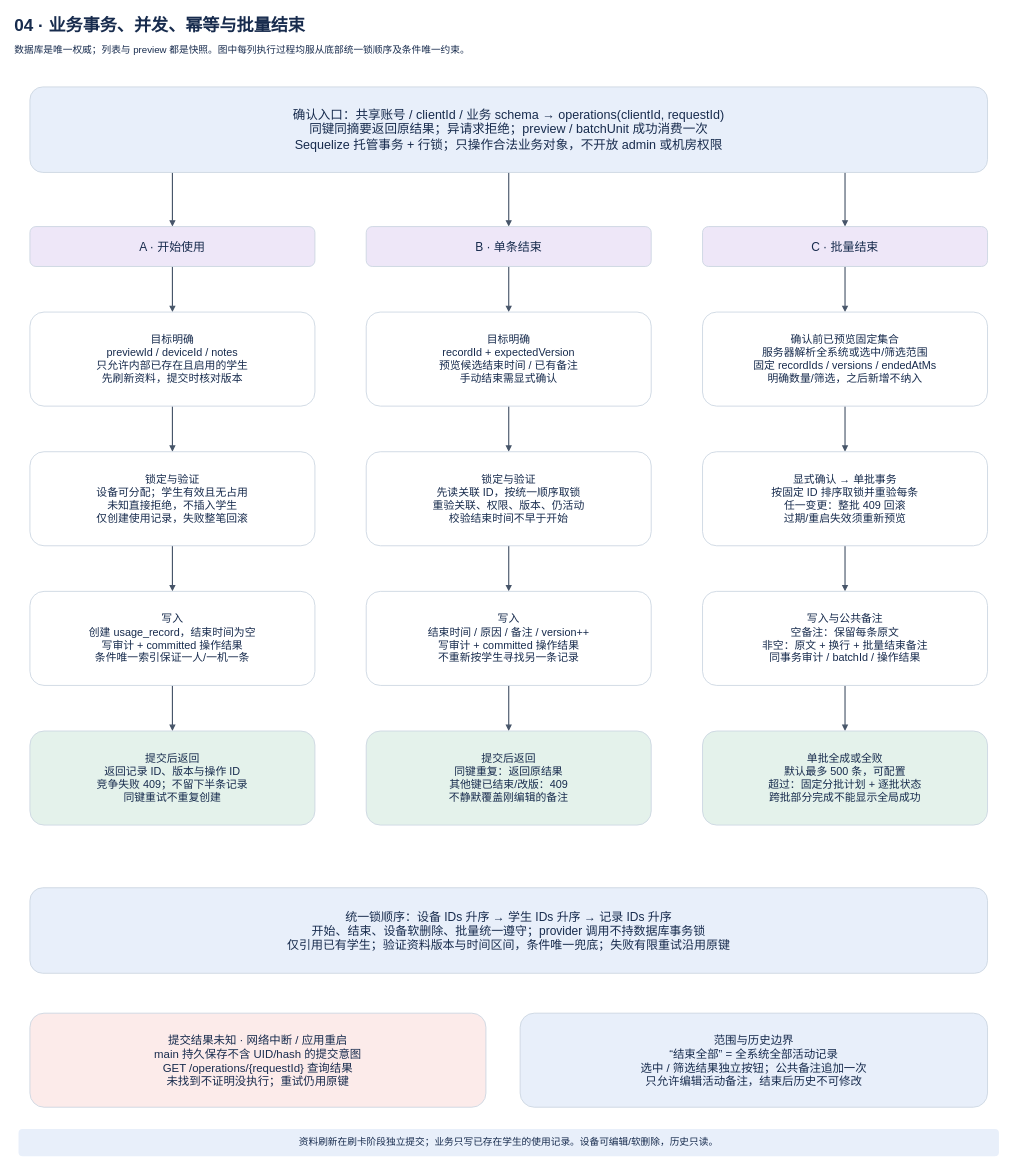
The draw.io diagram page "04 · 业务事务、并发、幂等与批量结束" (4 of 8) of record-only/docs/architecture.drawio in lmyzzzz/cyez-library-management, before the edit. Source tidied: cells renumbered, new cells numbered last; positions are measured from the earlier drawing's top-left corner, leaving out a move shared by most shapes. Both pictures are drawn from the tidied source at 57%, with x=0, y=0 at pixel (10, 10).
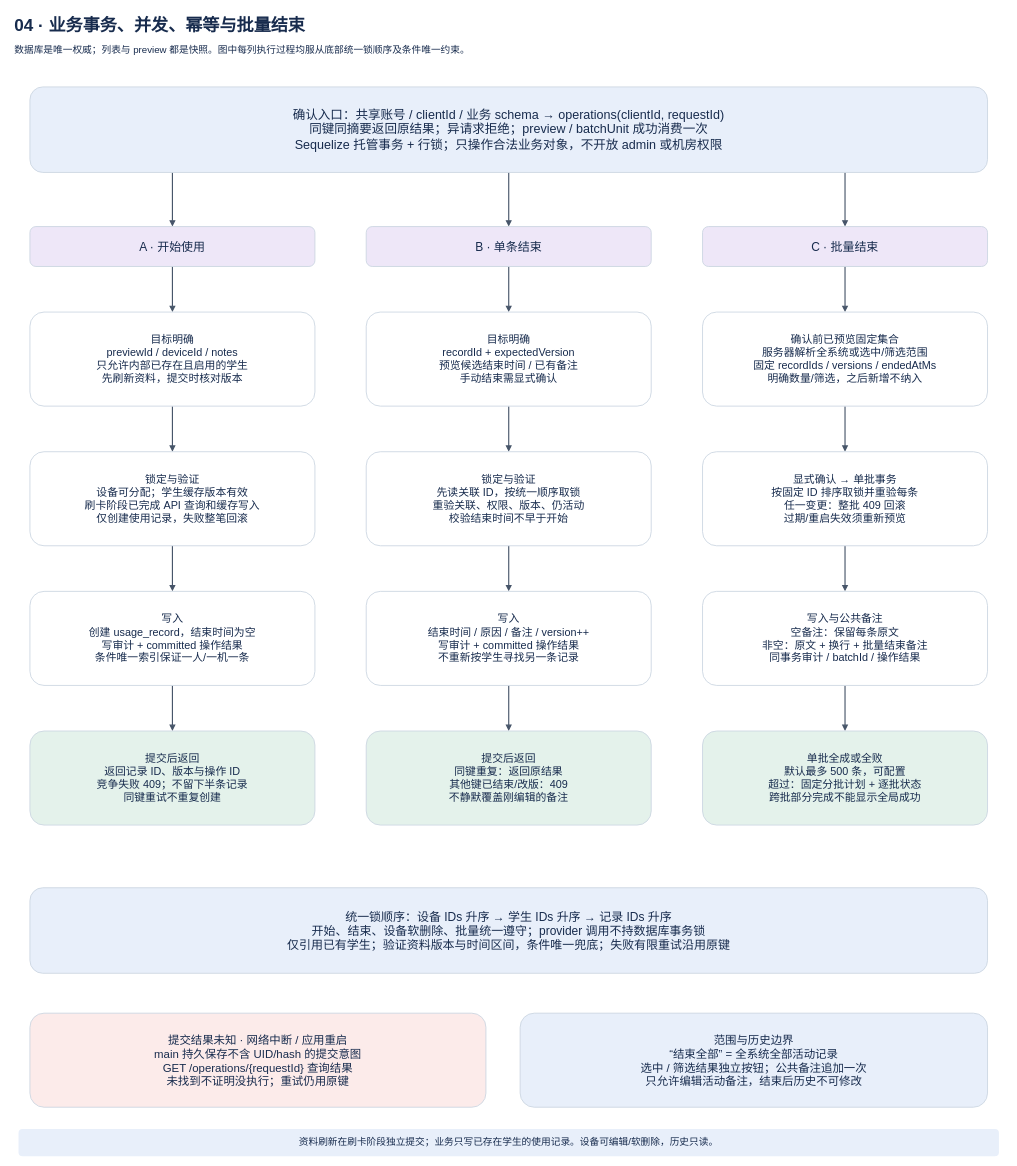
After the change.

Change to the diagram source:
```diff
@@
-    <mxCell id="24" value="锁定与验证&#10;设备可分配；学生有效且无占用&#10;未知直接拒绝，不插入学生&#10;仅创建使用记录，失败整笔回滚" style="rounded=1;whiteSpace=wrap;html=0;fillColor=#ffffff;strokeColor=#cbd5e1;strokeWidth=1.5;fontColor=#172b4d;fontFamily=Microsoft YaHei;fontSize=19;fontStyle=0;align=center;verticalAlign=middle;spacing=8;" parent="1" vertex="1">
+    <mxCell id="24" value="锁定与验证&#10;设备可分配；学生缓存版本有效&#10;刷卡阶段已完成 API 查询和缓存写入&#10;仅创建使用记录，失败整笔回滚" style="rounded=1;whiteSpace=wrap;html=0;fillColor=#ffffff;strokeColor=#cbd5e1;strokeWidth=1.5;fontColor=#172b4d;fontFamily=Microsoft YaHei;fontSize=19;fontStyle=0;align=center;verticalAlign=middle;spacing=8;" parent="1" vertex="1">
       <mxGeometry x="35" y="775" width="500" height="165" as="geometry" />
     </mxCell>
```
